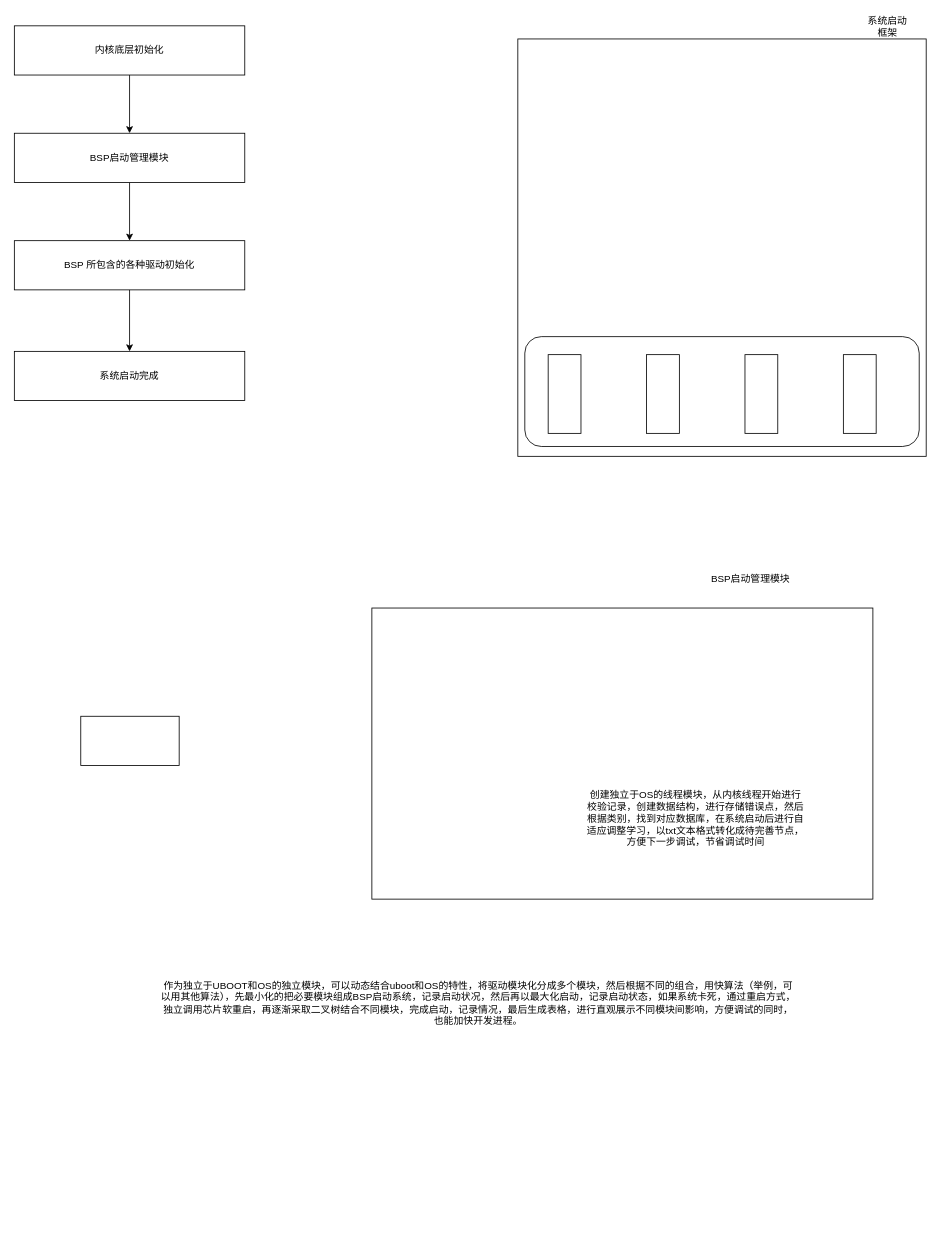
Before: BSP启动障碍项.drawio in chiti-liu/linux_study, a draw.io diagram. Source tidied: cells renumbered, new cells numbered last; positions are measured from the earlier drawing's top-left corner, leaving out a move shared by most shapes. Both pictures are drawn from the tidied source at 82%, with x=0, y=0 at pixel (14, 14).
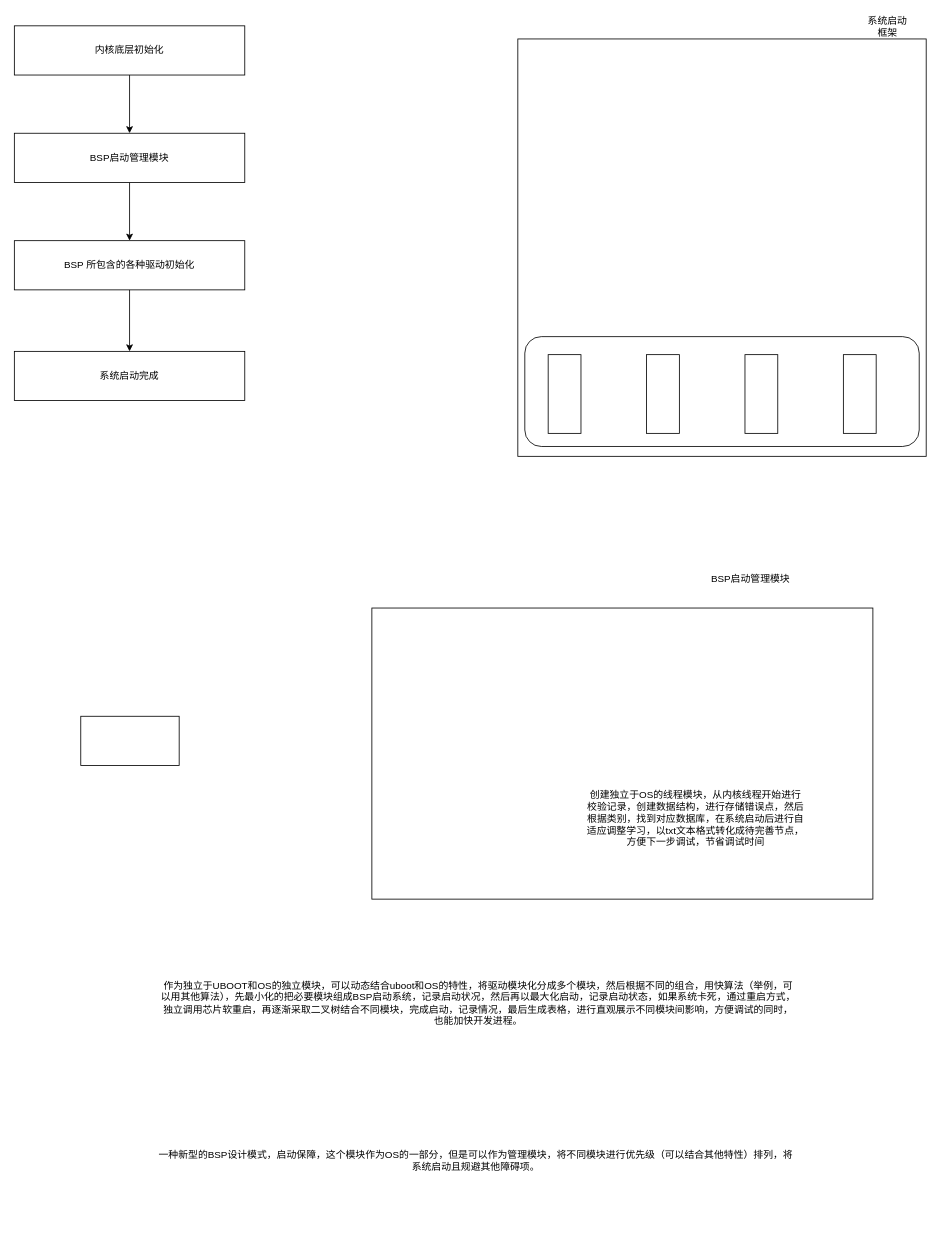
The same diagram, later.

Commit message:
更新BSP启动障碍项.drawio

Diff of the diagram source:
```diff
@@
+    <mxCell id="21" value="一种新型的BSP设计模式，启动保障，这个模块作为OS的一部分，但是可以作为管理模块，将不同模块进行优先级（可以结合其他特性）排列，将系统启动且规避其他障碍项。" style="text;html=1;align=center;verticalAlign=middle;whiteSpace=wrap;rounded=0;" parent="1" vertex="1">
+      <mxGeometry x="174" y="1300" width="778" height="196" as="geometry" />
+    </mxCell>
```
